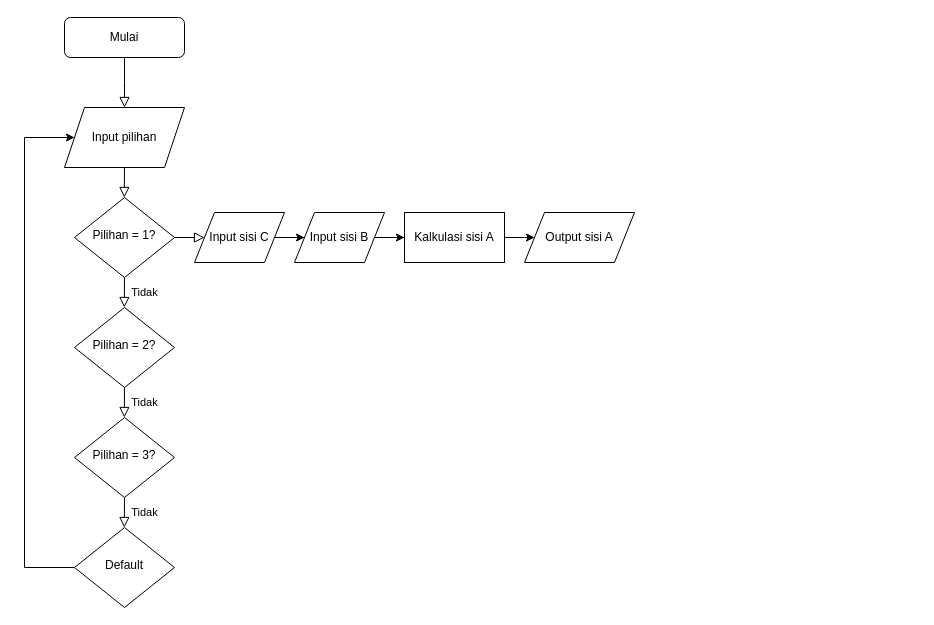
Before: M2Lab_Segitiga/Untitled Diagram.drawio in Hidayadie/Alprog, a draw.io diagram. Source tidied: cells renumbered, new cells numbered last; positions are measured from the earlier drawing's top-left corner, leaving out a move shared by most shapes. Both pictures are drawn from the tidied source at 100%, with x=0, y=0 at pixel (24, 17).
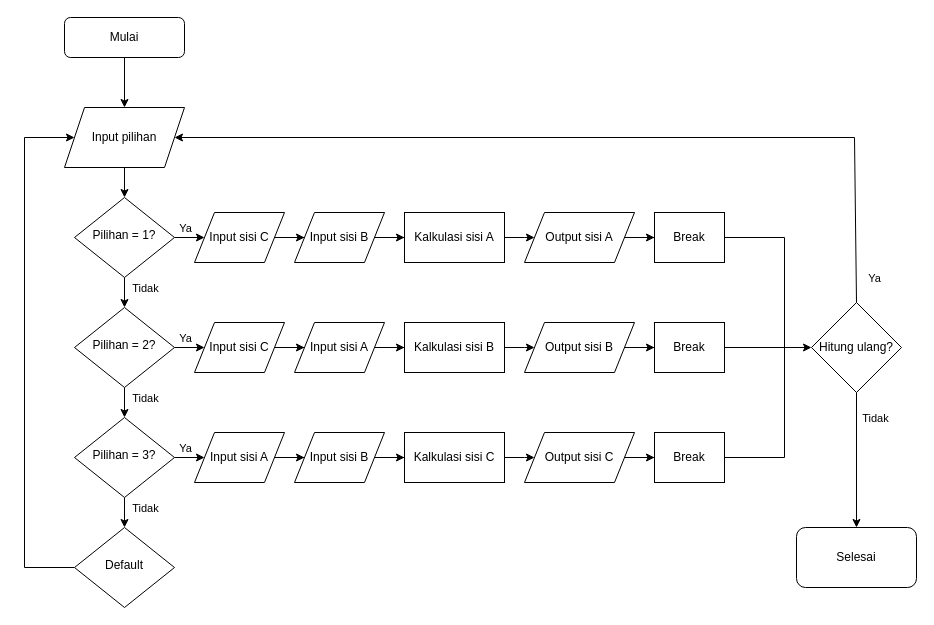
Above is the later version.

The change refers to these unchanged cells:
```xml
<mxCell id="3" value="Mulai" style="rounded=1;whiteSpace=wrap;html=1;fontSize=12;glass=0;strokeWidth=1;shadow=0;" parent="1" vertex="1">
  <mxGeometry x="40" width="120" height="40" as="geometry" />
</mxCell>
<mxCell id="6" value="Pilihan = 1?" style="rhombus;whiteSpace=wrap;html=1;shadow=0;fontFamily=Helvetica;fontSize=12;align=center;strokeWidth=1;spacing=6;spacingTop=-4;" parent="1" vertex="1">
  <mxGeometry x="50" y="180" width="100" height="80" as="geometry" />
</mxCell>
<mxCell id="7" value="Input pilihan" style="shape=parallelogram;perimeter=parallelogramPerimeter;whiteSpace=wrap;html=1;fixedSize=1;" parent="1" vertex="1">
  <mxGeometry x="40" y="90" width="120" height="60" as="geometry" />
</mxCell>
<mxCell id="9" value="Pilihan = 2?" style="rhombus;whiteSpace=wrap;html=1;shadow=0;fontFamily=Helvetica;fontSize=12;align=center;strokeWidth=1;spacing=6;spacingTop=-4;" parent="1" vertex="1">
  <mxGeometry x="50" y="290" width="100" height="80" as="geometry" />
</mxCell>
<mxCell id="11" value="Pilihan = 3?" style="rhombus;whiteSpace=wrap;html=1;shadow=0;fontFamily=Helvetica;fontSize=12;align=center;strokeWidth=1;spacing=6;spacingTop=-4;" parent="1" vertex="1">
  <mxGeometry x="50" y="400" width="100" height="80" as="geometry" />
</mxCell>
<mxCell id="14" value="Default" style="rhombus;whiteSpace=wrap;html=1;shadow=0;fontFamily=Helvetica;fontSize=12;align=center;strokeWidth=1;spacing=6;spacingTop=-4;" parent="1" vertex="1">
  <mxGeometry x="50" y="510" width="100" height="80" as="geometry" />
</mxCell>
<mxCell id="16" value="Input sisi C" style="shape=parallelogram;perimeter=parallelogramPerimeter;whiteSpace=wrap;html=1;fixedSize=1;" parent="1" vertex="1">
  <mxGeometry x="170" y="195" width="90" height="50" as="geometry" />
</mxCell>
<mxCell id="21" value="Output sisi A" style="shape=parallelogram;perimeter=parallelogramPerimeter;whiteSpace=wrap;html=1;fixedSize=1;" parent="1" vertex="1">
  <mxGeometry x="500" y="195" width="110" height="50" as="geometry" />
</mxCell>
```

The edit, as a diff of the source:
```diff
@@
-    <mxCell id="2" style="rounded=0;html=1;jettySize=auto;fontSize=11;endArrow=block;endFill=0;endSize=8;strokeWidth=1;shadow=0;labelBackgroundColor=none;edgeStyle=orthogonalEdgeStyle;" parent="1" edge="1" source="3">
-      <mxGeometry relative="1" as="geometry">
-        <mxPoint x="100" y="90" as="targetPoint" />
-      </mxGeometry>
-    </mxCell>
@@
-    <mxCell id="4" style="rounded=0;html=1;jettySize=auto;orthogonalLoop=1;fontSize=11;endArrow=block;endFill=0;endSize=8;strokeWidth=1;shadow=0;labelBackgroundColor=none;edgeStyle=orthogonalEdgeStyle;" parent="1" edge="1">
-      <mxGeometry y="20" relative="1" as="geometry">
-        <mxPoint x="100" y="150" as="sourcePoint" />
-        <mxPoint x="99.8" y="180" as="targetPoint" />
-      </mxGeometry>
-    </mxCell>
-    <mxCell id="5" style="edgeStyle=orthogonalEdgeStyle;rounded=0;html=1;jettySize=auto;fontSize=11;endArrow=block;endFill=0;endSize=8;strokeWidth=1;shadow=0;labelBackgroundColor=none;exitX=1;exitY=0.5;exitDx=0;exitDy=0;" parent="1" edge="1" source="6">
-      <mxGeometry y="10" relative="1" as="geometry">
-        <mxPoint x="180" y="220" as="targetPoint" />
-      </mxGeometry>
-    </mxCell>
@@
-    <mxCell id="8" value="Tidak" style="rounded=0;html=1;jettySize=auto;orthogonalLoop=1;fontSize=11;endArrow=block;endFill=0;endSize=8;strokeWidth=1;shadow=0;labelBackgroundColor=none;edgeStyle=orthogonalEdgeStyle;" parent="1" edge="1">
-      <mxGeometry y="20" relative="1" as="geometry">
-        <mxPoint x="100" y="260" as="sourcePoint" />
-        <mxPoint x="99.8" y="290" as="targetPoint" />
-      </mxGeometry>
-    </mxCell>
@@
-    <mxCell id="10" value="Tidak" style="rounded=0;html=1;jettySize=auto;orthogonalLoop=1;fontSize=11;endArrow=block;endFill=0;endSize=8;strokeWidth=1;shadow=0;labelBackgroundColor=none;edgeStyle=orthogonalEdgeStyle;" parent="1" edge="1">
-      <mxGeometry y="20" relative="1" as="geometry">
-        <mxPoint x="100" y="370" as="sourcePoint" />
-        <mxPoint x="99.8" y="400" as="targetPoint" />
-      </mxGeometry>
-    </mxCell>
@@
-    <mxCell id="12" value="Tidak" style="rounded=0;html=1;jettySize=auto;orthogonalLoop=1;fontSize=11;endArrow=block;endFill=0;endSize=8;strokeWidth=1;shadow=0;labelBackgroundColor=none;edgeStyle=orthogonalEdgeStyle;" parent="1" edge="1">
-      <mxGeometry y="20" relative="1" as="geometry">
-        <mxPoint x="100" y="480" as="sourcePoint" />
-        <mxPoint x="99.8" y="510" as="targetPoint" />
-      </mxGeometry>
-    </mxCell>
@@
+    <mxCell id="22" style="edgeStyle=orthogonalEdgeStyle;rounded=0;jettySize=auto;html=1;" parent="1" edge="1" source="21" target="53">
+      <mxGeometry relative="1" as="geometry" />
+    </mxCell>
@@
+    <mxCell id="23" style="edgeStyle=orthogonalEdgeStyle;rounded=0;jettySize=auto;html=1;" parent="1" edge="1" source="24" target="26">
+      <mxGeometry relative="1" as="geometry" />
+    </mxCell>
+    <mxCell id="24" value="Input sisi C" style="shape=parallelogram;perimeter=parallelogramPerimeter;whiteSpace=wrap;html=1;fixedSize=1;" parent="1" vertex="1">
+      <mxGeometry x="170" y="305" width="90" height="50" as="geometry" />
+    </mxCell>
+    <mxCell id="25" style="edgeStyle=orthogonalEdgeStyle;rounded=0;jettySize=auto;html=1;" parent="1" edge="1" source="26" target="28">
+      <mxGeometry relative="1" as="geometry" />
+    </mxCell>
+    <mxCell id="26" value="Input sisi A" style="shape=parallelogram;perimeter=parallelogramPerimeter;whiteSpace=wrap;html=1;fixedSize=1;" parent="1" vertex="1">
+      <mxGeometry x="270" y="305" width="90" height="50" as="geometry" />
+    </mxCell>
+    <mxCell id="27" style="edgeStyle=orthogonalEdgeStyle;rounded=0;jettySize=auto;html=1;" parent="1" edge="1" source="28">
+      <mxGeometry relative="1" as="geometry">
+        <mxPoint x="510" y="330" as="targetPoint" />
+      </mxGeometry>
+    </mxCell>
+    <mxCell id="28" value="Kalkulasi sisi B" style="whiteSpace=wrap;html=1;" parent="1" vertex="1">
+      <mxGeometry x="380" y="305" width="100" height="50" as="geometry" />
+    </mxCell>
+    <mxCell id="29" style="edgeStyle=orthogonalEdgeStyle;rounded=0;jettySize=auto;html=1;" parent="1" edge="1" source="30" target="54">
+      <mxGeometry relative="1" as="geometry" />
+    </mxCell>
+    <mxCell id="30" value="Output sisi B" style="shape=parallelogram;perimeter=parallelogramPerimeter;whiteSpace=wrap;html=1;fixedSize=1;" parent="1" vertex="1">
+      <mxGeometry x="500" y="305" width="110" height="50" as="geometry" />
+    </mxCell>
+    <mxCell id="31" style="edgeStyle=orthogonalEdgeStyle;rounded=0;jettySize=auto;html=1;" parent="1" edge="1" source="32" target="34">
+      <mxGeometry relative="1" as="geometry" />
+    </mxCell>
+    <mxCell id="32" value="Input sisi A" style="shape=parallelogram;perimeter=parallelogramPerimeter;whiteSpace=wrap;html=1;fixedSize=1;" parent="1" vertex="1">
+      <mxGeometry x="170" y="415" width="90" height="50" as="geometry" />
+    </mxCell>
+    <mxCell id="33" style="edgeStyle=orthogonalEdgeStyle;rounded=0;jettySize=auto;html=1;" parent="1" edge="1" source="34" target="36">
+      <mxGeometry relative="1" as="geometry" />
+    </mxCell>
+    <mxCell id="34" value="Input sisi B" style="shape=parallelogram;perimeter=parallelogramPerimeter;whiteSpace=wrap;html=1;fixedSize=1;" parent="1" vertex="1">
+      <mxGeometry x="270" y="415" width="90" height="50" as="geometry" />
+    </mxCell>
+    <mxCell id="35" style="edgeStyle=orthogonalEdgeStyle;rounded=0;jettySize=auto;html=1;" parent="1" edge="1" source="36">
+      <mxGeometry relative="1" as="geometry">
+        <mxPoint x="510" y="440" as="targetPoint" />
+      </mxGeometry>
+    </mxCell>
+    <mxCell id="36" value="Kalkulasi sisi C" style="whiteSpace=wrap;html=1;" parent="1" vertex="1">
+      <mxGeometry x="380" y="415" width="100" height="50" as="geometry" />
+    </mxCell>
+    <mxCell id="37" style="edgeStyle=orthogonalEdgeStyle;rounded=0;jettySize=auto;html=1;" parent="1" edge="1" source="38" target="55">
+      <mxGeometry relative="1" as="geometry" />
+    </mxCell>
+    <mxCell id="38" value="Output sisi C" style="shape=parallelogram;perimeter=parallelogramPerimeter;whiteSpace=wrap;html=1;fixedSize=1;" parent="1" vertex="1">
+      <mxGeometry x="500" y="415" width="110" height="50" as="geometry" />
+    </mxCell>
+    <mxCell id="39" style="endArrow=classic;html=1;rounded=0;exitX=0.5;exitY=1;exitDx=0;exitDy=0;entryX=0.5;entryY=0;entryDx=0;entryDy=0;" parent="1" edge="1" source="3" target="7">
+      <mxGeometry relative="1" as="geometry" />
+    </mxCell>
+    <mxCell id="40" style="endArrow=classic;html=1;rounded=0;exitX=0.5;exitY=1;exitDx=0;exitDy=0;entryX=0.5;entryY=0;entryDx=0;entryDy=0;" parent="1" edge="1" source="7" target="6">
+      <mxGeometry relative="1" as="geometry" />
+    </mxCell>
+    <mxCell id="41" style="endArrow=classic;html=1;rounded=0;exitX=0.5;exitY=1;exitDx=0;exitDy=0;" parent="1" edge="1" source="6" target="9">
+      <mxGeometry relative="1" as="geometry" />
+    </mxCell>
+    <mxCell id="42" value="Tidak" style="edgeLabel;html=1;align=center;verticalAlign=middle;" parent="41" vertex="1">
+      <mxGeometry x="0.02" relative="1" as="geometry">
+        <mxPoint x="20" y="-5" as="offset" />
+      </mxGeometry>
+    </mxCell>
+    <mxCell id="43" style="endArrow=classic;html=1;rounded=0;exitX=0.5;exitY=1;exitDx=0;exitDy=0;entryX=0.5;entryY=0;entryDx=0;entryDy=0;" parent="1" edge="1" source="9" target="11">
+      <mxGeometry relative="1" as="geometry" />
+    </mxCell>
+    <mxCell id="44" style="endArrow=classic;html=1;rounded=0;exitX=0.5;exitY=1;exitDx=0;exitDy=0;entryX=0.5;entryY=0;entryDx=0;entryDy=0;" parent="1" edge="1" source="11" target="14">
+      <mxGeometry relative="1" as="geometry" />
+    </mxCell>
+    <mxCell id="45" style="endArrow=classic;html=1;rounded=0;entryX=0;entryY=0.5;entryDx=0;entryDy=0;" parent="1" edge="1" source="9" target="24">
+      <mxGeometry relative="1" as="geometry" />
+    </mxCell>
+    <mxCell id="46" style="endArrow=classic;html=1;rounded=0;entryX=0;entryY=0.5;entryDx=0;entryDy=0;exitX=1;exitY=0.5;exitDx=0;exitDy=0;" parent="1" edge="1" source="6" target="16">
+      <mxGeometry relative="1" as="geometry" />
+    </mxCell>
+    <mxCell id="47" value="Ya" style="edgeLabel;html=1;align=center;verticalAlign=middle;" parent="46" vertex="1">
+      <mxGeometry x="-0.16" y="-1" relative="1" as="geometry">
+        <mxPoint x="-3" y="-11" as="offset" />
+      </mxGeometry>
+    </mxCell>
+    <mxCell id="48" style="endArrow=classic;html=1;rounded=0;entryX=0;entryY=0.5;entryDx=0;entryDy=0;exitX=1;exitY=0.5;exitDx=0;exitDy=0;" parent="1" edge="1" source="11" target="32">
+      <mxGeometry relative="1" as="geometry" />
+    </mxCell>
+    <mxCell id="49" value="Tidak" style="edgeLabel;html=1;align=center;verticalAlign=middle;" parent="1" vertex="1">
+      <mxGeometry x="120.4" y="380.3" as="geometry" />
+    </mxCell>
+    <mxCell id="50" value="Ya" style="edgeLabel;html=1;align=center;verticalAlign=middle;" parent="1" vertex="1">
+      <mxGeometry x="160" y="320" as="geometry" />
+    </mxCell>
+    <mxCell id="51" value="Tidak" style="edgeLabel;html=1;align=center;verticalAlign=middle;" parent="1" vertex="1">
+      <mxGeometry x="120.4" y="490.3" as="geometry" />
+    </mxCell>
+    <mxCell id="52" value="Ya" style="edgeLabel;html=1;align=center;verticalAlign=middle;" parent="1" vertex="1">
+      <mxGeometry x="160" y="430" as="geometry" />
+    </mxCell>
+    <mxCell id="53" value="Break" style="whiteSpace=wrap;html=1;" parent="1" vertex="1">
+      <mxGeometry x="630" y="195" width="70" height="50" as="geometry" />
+    </mxCell>
+    <mxCell id="54" value="Break" style="whiteSpace=wrap;html=1;" parent="1" vertex="1">
+      <mxGeometry x="630" y="305" width="70" height="50" as="geometry" />
+    </mxCell>
+    <mxCell id="55" value="Break" style="whiteSpace=wrap;html=1;" parent="1" vertex="1">
+      <mxGeometry x="630" y="415" width="70" height="50" as="geometry" />
+    </mxCell>
+    <mxCell id="56" value="Hitung ulang?" style="rhombus;whiteSpace=wrap;html=1;" parent="1" vertex="1">
+      <mxGeometry x="787" y="285" width="90" height="90" as="geometry" />
+    </mxCell>
+    <mxCell id="57" style="endArrow=classic;html=1;rounded=0;exitX=1;exitY=0.5;exitDx=0;exitDy=0;entryX=0;entryY=0.5;entryDx=0;entryDy=0;" parent="1" edge="1" source="54" target="56">
+      <mxGeometry relative="1" as="geometry" />
+    </mxCell>
+    <mxCell id="58" style="endArrow=none;html=1;rounded=0;exitX=1;exitY=0.5;exitDx=0;exitDy=0;" parent="1" edge="1" source="53">
+      <mxGeometry relative="1" as="geometry">
+        <mxPoint x="760" y="330" as="targetPoint" />
+        <Array as="points">
+          <mxPoint x="760" y="220" />
+        </Array>
+      </mxGeometry>
+    </mxCell>
+    <mxCell id="59" style="endArrow=none;html=1;rounded=0;exitX=1;exitY=0.5;exitDx=0;exitDy=0;" parent="1" edge="1" source="55">
+      <mxGeometry relative="1" as="geometry">
+        <mxPoint x="760" y="330" as="targetPoint" />
+        <Array as="points">
+          <mxPoint x="760" y="440" />
+        </Array>
+      </mxGeometry>
+    </mxCell>
+    <mxCell id="60" style="endArrow=classic;html=1;rounded=0;exitX=0.5;exitY=0;exitDx=0;exitDy=0;entryX=1;entryY=0.5;entryDx=0;entryDy=0;" parent="1" edge="1" source="56" target="7">
+      <mxGeometry relative="1" as="geometry">
+        <Array as="points">
+          <mxPoint x="830" y="120" />
+        </Array>
+      </mxGeometry>
+    </mxCell>
+    <mxCell id="61" value="Ya" style="edgeLabel;html=1;align=center;verticalAlign=middle;" parent="60" vertex="1">
+      <mxGeometry x="-0.92" relative="1" as="geometry">
+        <mxPoint x="18" y="9" as="offset" />
+      </mxGeometry>
+    </mxCell>
+    <mxCell id="62" value="Selesai" style="rounded=1;whiteSpace=wrap;html=1;" parent="1" vertex="1">
+      <mxGeometry x="772" y="510" width="120" height="60" as="geometry" />
+    </mxCell>
+    <mxCell id="63" style="endArrow=classic;html=1;rounded=0;entryX=0.5;entryY=0;entryDx=0;entryDy=0;exitX=0.5;exitY=1;exitDx=0;exitDy=0;" parent="1" edge="1" source="56" target="62">
+      <mxGeometry relative="1" as="geometry" />
+    </mxCell>
+    <mxCell id="64" value="Tidak" style="edgeLabel;html=1;align=center;verticalAlign=middle;" parent="63" vertex="1">
+      <mxGeometry x="-0.76" y="-2" relative="1" as="geometry">
+        <mxPoint x="20" y="9" as="offset" />
+      </mxGeometry>
+    </mxCell>
```
